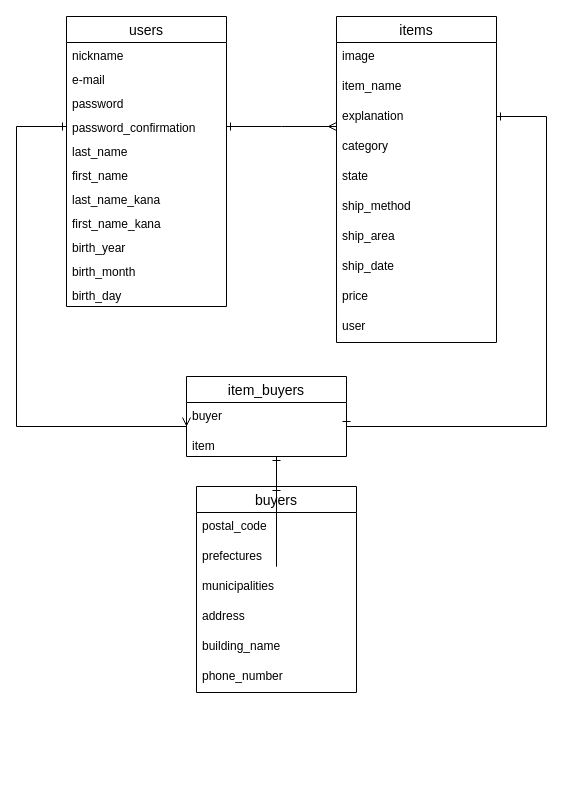
The draw.io diagram ER.dio in yumi-jpn/furima-33535, before the edit. Source tidied: cells renumbered, new cells numbered last; positions are measured from the earlier drawing's top-left corner, leaving out a move shared by most shapes. Both pictures are drawn from the tidied source at 100%, with x=0, y=0 at pixel (16, 16).
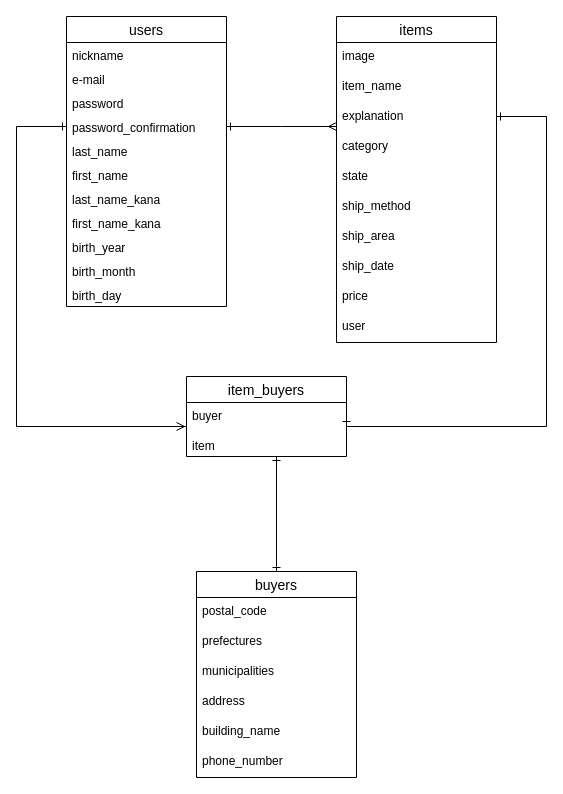
Above is the later version.

Commit message:
ER図の整形・修正(乱れていたため)

The change refers to these unchanged cells:
```xml
<mxCell id="6" value="password_confirmation" style="text;strokeColor=none;fillColor=none;spacingLeft=4;spacingRight=4;overflow=hidden;points=[[0,0.5],[1,0.5]];portConstraint=eastwest;fontSize=12;" parent="2" vertex="1">
  <mxGeometry y="98" width="160" height="24" as="geometry" />
</mxCell>
<mxCell id="15" value="buyer" style="text;strokeColor=none;fillColor=none;spacingLeft=4;spacingRight=4;overflow=hidden;points=[[0,0.5],[1,0.5]];portConstraint=eastwest;fontSize=12;" parent="14" vertex="1">
  <mxGeometry y="26" width="160" height="30" as="geometry" />
</mxCell>
```

The edit, as a diff of the source:
```diff
@@
     <mxCell id="28" value="buyers" style="swimlane;fontStyle=0;horizontal=1;startSize=26;align=center;fontSize=14;" parent="1" vertex="1">
-      <mxGeometry x="180" y="470" width="160" height="206" as="geometry" />
+      <mxGeometry x="180" y="555" width="160" height="206" as="geometry" />
     </mxCell>
@@
-    <mxCell id="37" style="edgeStyle=orthogonalEdgeStyle;rounded=0;jettySize=auto;html=1;exitX=0;exitY=0.5;exitDx=0;exitDy=0;entryX=0;entryY=0.5;entryDx=0;entryDy=0;startArrow=ERone;startFill=0;endArrow=ERmany;endFill=0;" parent="1" edge="1" source="6" target="15">
+    <mxCell id="37" style="edgeStyle=orthogonalEdgeStyle;rounded=0;jettySize=auto;html=1;exitX=0;exitY=0.5;exitDx=0;exitDy=0;startArrow=ERone;startFill=0;endArrow=ERmany;endFill=0;" parent="1" edge="1" source="6">
       <mxGeometry relative="1" as="geometry">
+        <mxPoint x="160" y="410" as="targetPoint" />
         <Array as="points">
           <mxPoint y="110" />
           <mxPoint y="410" />
           <mxPoint x="170" y="410" />
         </Array>
       </mxGeometry>
     </mxCell>
```
